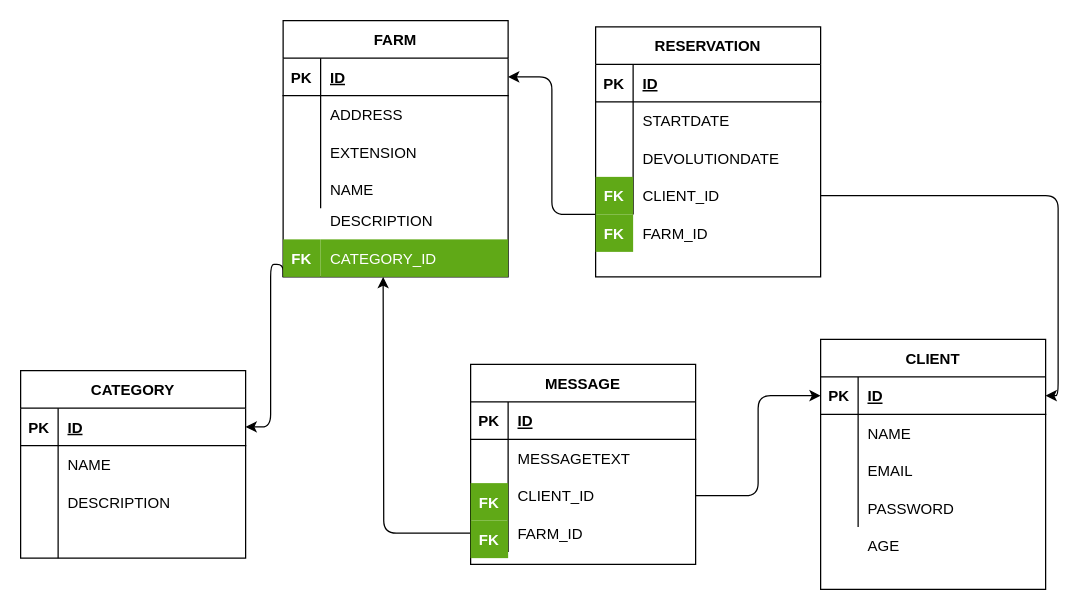
Earlier version of the draw.io diagram EstructuraDatos.drawio (thejuanex12/ciclo3-team7). Source tidied: cells renumbered, new cells numbered last; positions are measured from the earlier drawing's top-left corner, leaving out a move shared by most shapes. Both pictures are drawn from the tidied source at 125%, with x=0, y=0 at pixel (20, 20).
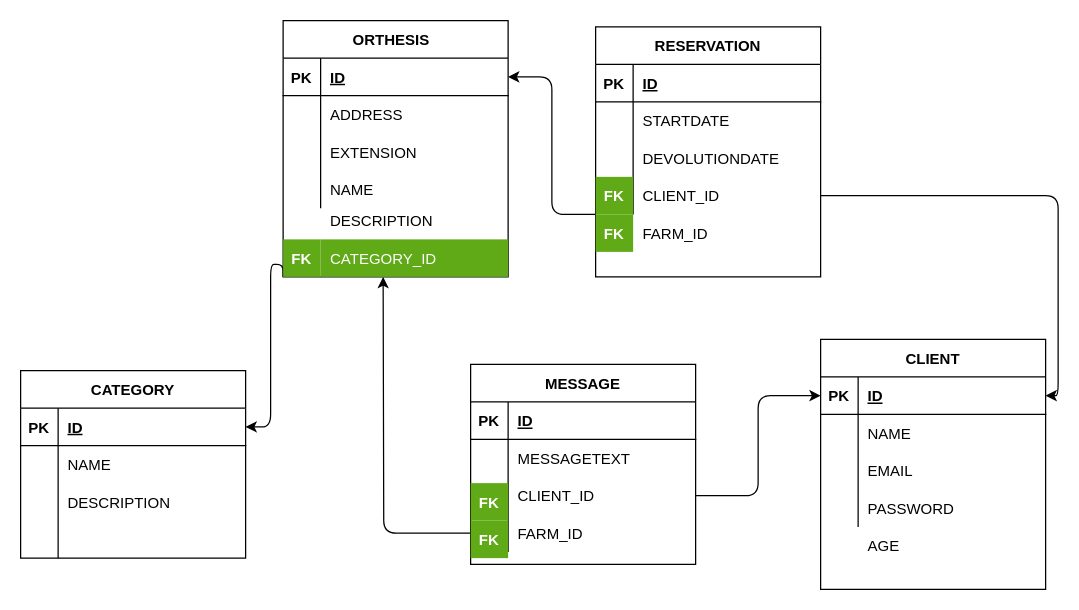
Above is the later version.

Change to the diagram source:
```diff
@@
-    <mxCell id="16" value="FARM" style="shape=table;startSize=30;childLayout=tableLayout;rowLines=0;fontStyle=1;align=center;" parent="1" vertex="1">
+    <mxCell id="16" value="ORTHESIS  " style="shape=table;startSize=30;childLayout=tableLayout;rowLines=0;fontStyle=1;align=center;" parent="1" vertex="1">
       <mxGeometry x="210" width="180" height="205" as="geometry" />
     </mxCell>
```
